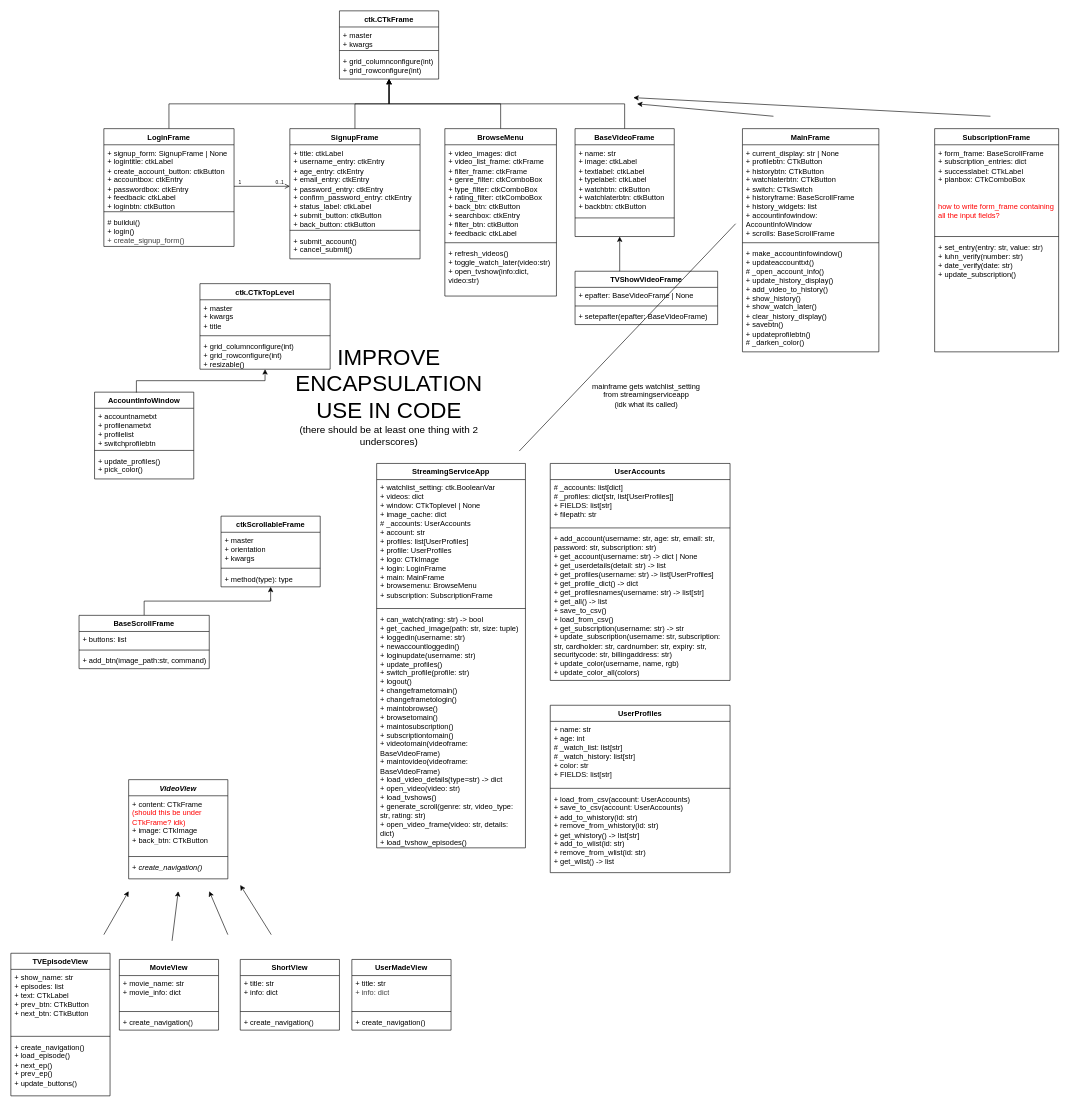
Before: UML class diagram.drawio in BaulkhamHillsHS/PrelimSE-26-Group6, a draw.io diagram. Source tidied: cells renumbered, new cells numbered last; positions are measured from the earlier drawing's top-left corner, leaving out a move shared by most shapes. Both pictures are drawn from the tidied source at 62%, with x=0, y=0 at pixel (11, 11).
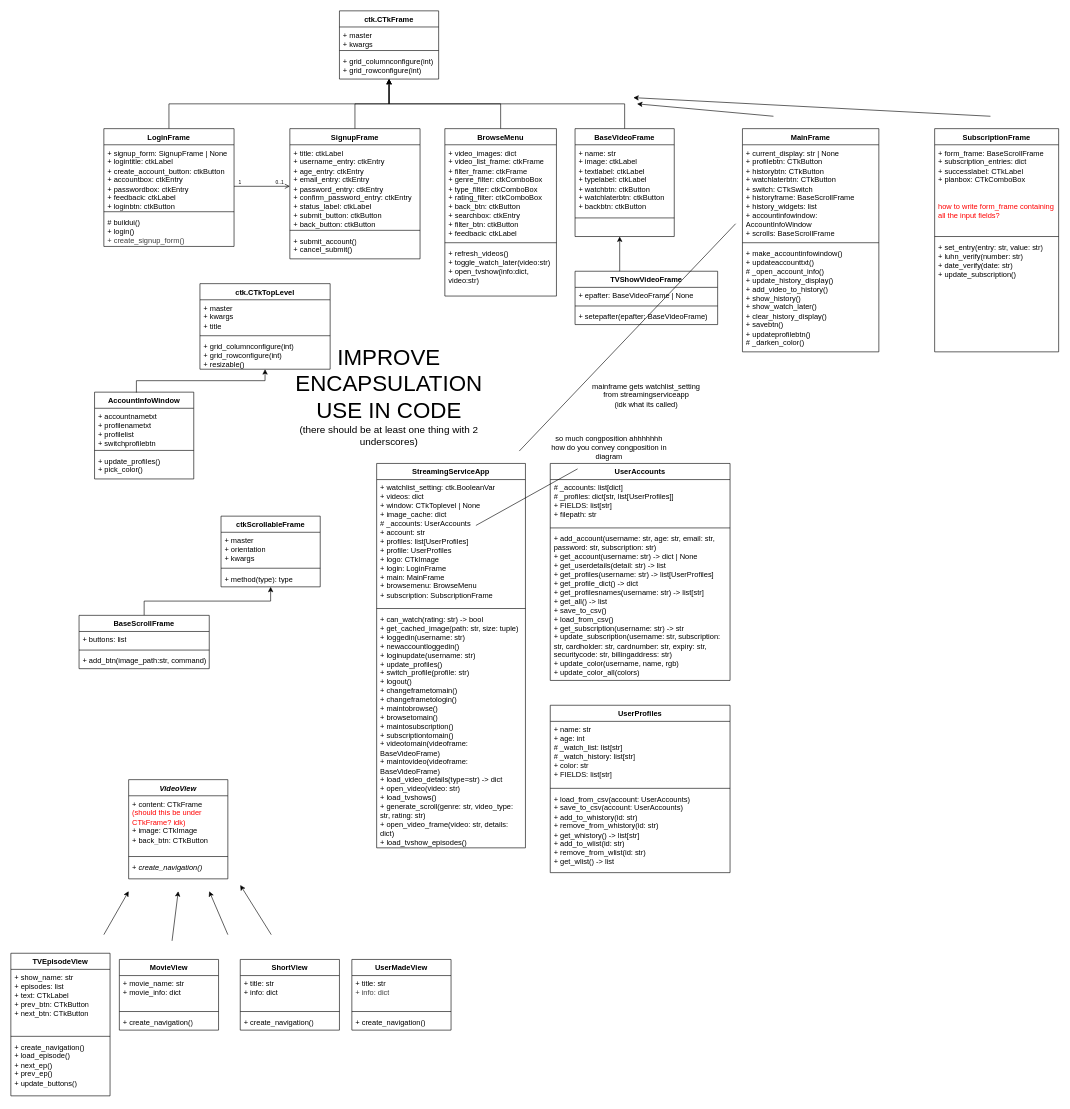
The same page after the edit.

Commit message:
added comments to diagram about difficulties

The change refers to these unchanged cells:
```xml
<mxCell id="48" value="&lt;div&gt;&lt;font color=&quot;#000000&quot;&gt;+ watchlist_setting: ctk.BooleanVar&lt;/font&gt;&lt;/div&gt;&lt;div&gt;&lt;font color=&quot;#000000&quot;&gt;+ videos: dict&lt;/font&gt;&lt;/div&gt;&lt;div&gt;&lt;font color=&quot;#000000&quot;&gt;+ window: CTkToplevel | None&lt;/font&gt;&lt;/div&gt;&lt;div&gt;&lt;font color=&quot;#000000&quot;&gt;+ image_cache: dict&lt;/font&gt;&lt;/div&gt;&lt;div&gt;&lt;font color=&quot;#000000&quot;&gt;# _accounts: UserAccounts&lt;/font&gt;&lt;/div&gt;&lt;div&gt;&lt;font color=&quot;#000000&quot;&gt;+ account: str&lt;/font&gt;&lt;/div&gt;&lt;div&gt;&lt;font color=&quot;#000000&quot;&gt;+ profiles: list[UserProfiles]&lt;/font&gt;&lt;/div&gt;&lt;div&gt;&lt;font color=&quot;#000000&quot;&gt;+ profile: UserProfiles&lt;/font&gt;&lt;/div&gt;&lt;div&gt;&lt;font color=&quot;#000000&quot;&gt;+ logo: CTkImage&lt;/font&gt;&lt;/div&gt;&lt;div&gt;&lt;font color=&quot;#000000&quot;&gt;+ login: LoginFrame&lt;/font&gt;&lt;/div&gt;&lt;div&gt;&lt;font color=&quot;#000000&quot;&gt;+ main: MainFrame&lt;/font&gt;&lt;/div&gt;&lt;div&gt;&lt;font color=&quot;#000000&quot;&gt;+ browsemenu: BrowseMenu&lt;/font&gt;&lt;/div&gt;&lt;div&gt;&lt;font color=&quot;#000000&quot;&gt;+ subscription: SubscriptionFrame&lt;/font&gt;&lt;/div&gt;" style="text;strokeColor=none;fillColor=none;align=left;verticalAlign=top;spacingLeft=4;spacingRight=4;overflow=hidden;points=[[0,0.5],[1,0.5]];portConstraint=eastwest;whiteSpace=wrap;html=1;" parent="47" vertex="1">
  <mxGeometry y="26" width="240" height="204" as="geometry" />
</mxCell>
<mxCell id="51" value="UserAccounts" style="swimlane;fontStyle=1;align=center;verticalAlign=top;horizontal=1;startSize=26;whiteSpace=wrap;html=1;" parent="1" vertex="1">
  <mxGeometry x="870" y="730" width="290" height="350" as="geometry" />
</mxCell>
```

Change to the diagram source:
```diff
@@
+    <mxCell id="101" style="endArrow=none;html=1;exitX=0.667;exitY=0.363;exitDx=0;exitDy=0;exitPerimeter=0;entryX=0.152;entryY=0.025;entryDx=0;entryDy=0;entryPerimeter=0;" parent="1" edge="1" source="48" target="51">
+      <mxGeometry relative="1" as="geometry" />
+    </mxCell>
+    <mxCell id="102" value="so much congposition ahhhhhhh&lt;div&gt;how do you convey congposition in diagram&lt;/div&gt;" style="text;html=1;align=center;verticalAlign=middle;whiteSpace=wrap;rounded=0;" parent="1" vertex="1">
+      <mxGeometry x="860" y="690" width="210" height="30" as="geometry" />
+    </mxCell>
```
